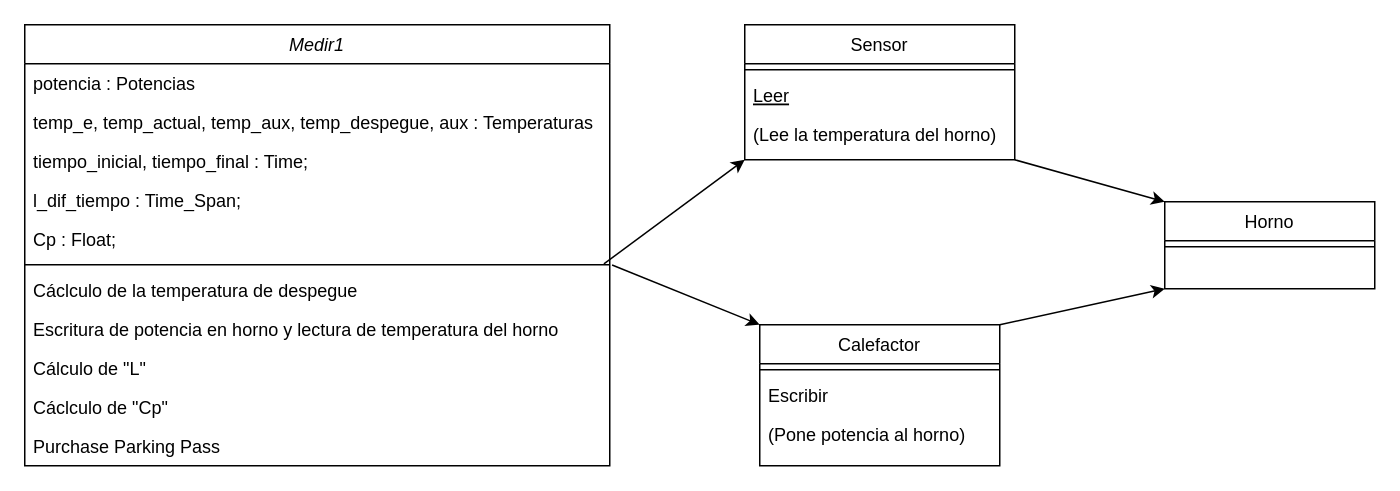
Above: P4/medir1.drawio in cesarmunuera/STR (draw.io), before the change. Source tidied: cells renumbered, new cells numbered last; positions are measured from the earlier drawing's top-left corner, leaving out a move shared by most shapes. Both pictures are drawn from the tidied source at 150%, with x=0, y=0 at pixel (24, 24).
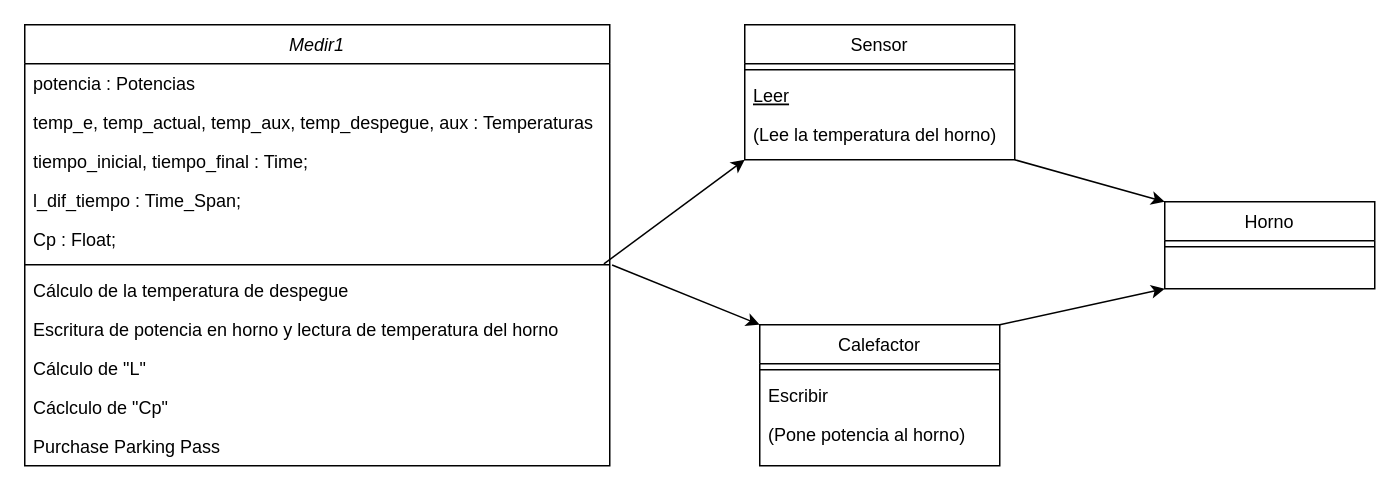
Above is the later version.

The change refers to these unchanged cells:
```xml
<mxCell id="2" value="Medir1" style="swimlane;fontStyle=2;align=center;verticalAlign=top;horizontal=1;startSize=26;rounded=0;shadow=0;strokeWidth=1;" parent="1" vertex="1">
  <mxGeometry width="390" height="294" as="geometry" />
</mxCell>
```

Diff of the diagram source:
```diff
@@
-    <mxCell id="9" value="Cáclculo de la temperatura de despegue" style="text;align=left;verticalAlign=top;spacingLeft=4;spacingRight=4;overflow=hidden;points=[[0,0.5],[1,0.5]];portConstraint=eastwest;" parent="2" vertex="1">
+    <mxCell id="9" value="Cálculo de la temperatura de despegue" style="text;align=left;verticalAlign=top;spacingLeft=4;spacingRight=4;overflow=hidden;points=[[0,0.5],[1,0.5]];portConstraint=eastwest;" parent="2" vertex="1">
       <mxGeometry y="164" width="390" height="26" as="geometry" />
     </mxCell>
```
